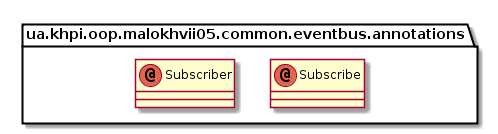
Before: malokhvii-eduard/malokhvii05/doc/plantuml/png/ua.khpi.oop.malokhvii05.common.eventbus.annotations.package.png, a diagram exported from PlantUML (P-Kalin/kit26a). The source it was exported from:
```plantuml
@startuml

    namespace ua.khpi.oop.malokhvii05.common.eventbus.annotations {

        annotation Subscribe

        annotation Subscriber

    }

@enduml
```
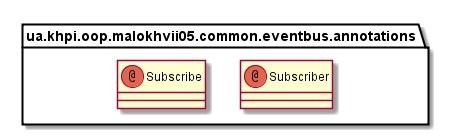
The same diagram one commit later.

The edit, as a diff of the source:
```diff
@@ -2,9 +2,9 @@
 
     namespace ua.khpi.oop.malokhvii05.common.eventbus.annotations {
 
+        annotation Subscriber
+
         annotation Subscribe
-
-        annotation Subscriber
 
     }
 
```
